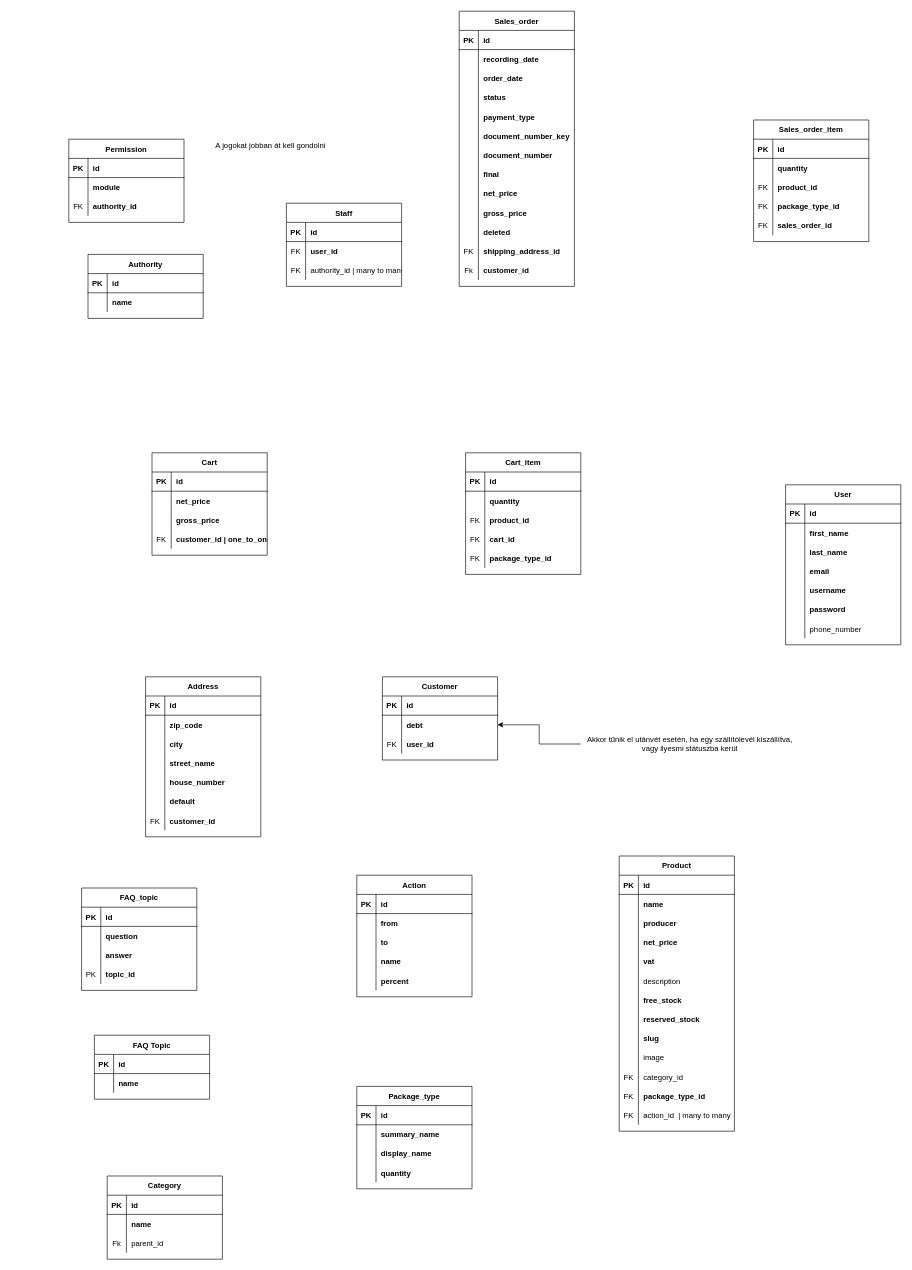
The draw.io diagram dokumentacio/egyed_kapcsolat_diagram.drawio in he-david/je78jy_szakdolgozat, before the edit. Source tidied: cells renumbered, new cells numbered last; positions are measured from the earlier drawing's top-left corner, leaving out a move shared by most shapes. Both pictures are drawn from the tidied source at 64%, with x=0, y=0 at pixel (68, 11).
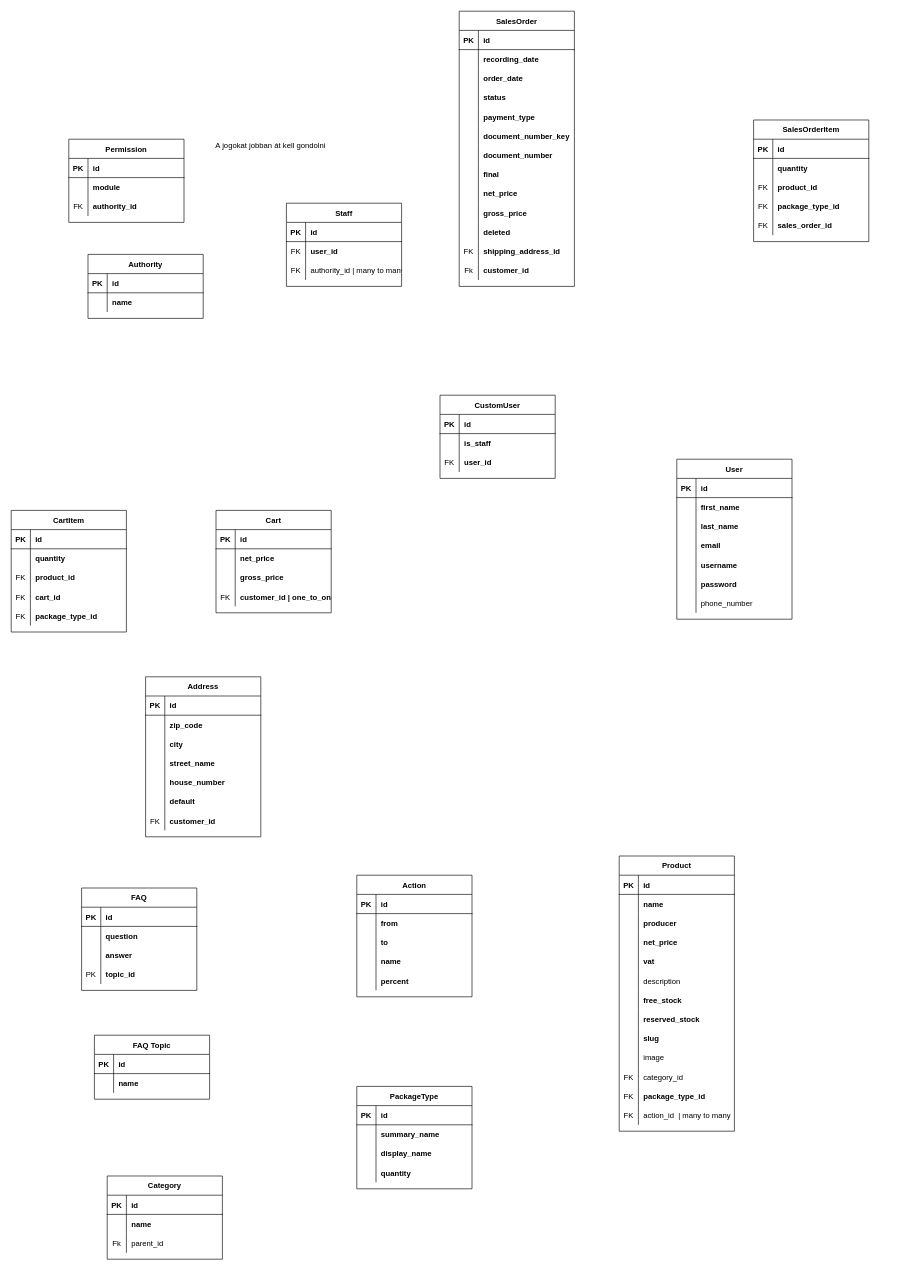
The same page after the edit.

The change refers to these unchanged cells:
```xml
<mxCell id="72" style="shape=tableRow;horizontal=0;startSize=0;swimlaneHead=0;swimlaneBody=0;fillColor=none;points=[[0,0.5],[1,0.5]];portConstraint=eastwest;top=0;left=0;right=0;bottom=0;strokeColor=default;strokeWidth=1;" parent="68" vertex="1">
  <mxGeometry y="60" width="180" height="30" as="geometry" />
</mxCell>
```

The edit, as a diff of the source:
```diff
@@
-    <mxCell id="68" value="Customer" style="shape=table;startSize=30;childLayout=tableLayout;rowLines=0;fontStyle=1;align=center;strokeColor=default;strokeWidth=1;fillColor=default;" parent="1" vertex="1">
-      <mxGeometry x="490" y="1040" width="180" height="130" as="geometry" />
+    <mxCell id="68" value="CustomUser" style="shape=table;startSize=30;childLayout=tableLayout;rowLines=0;fontStyle=1;align=center;strokeColor=default;strokeWidth=1;fillColor=default;" parent="1" vertex="1">
+      <mxGeometry x="580" y="600" width="180" height="130" as="geometry" />
     </mxCell>
@@
-    <mxCell id="74" value="debt" style="shape=partialRectangle;fillColor=none;top=0;left=0;bottom=0;right=0;align=left;spacingLeft=6;overflow=hidden;strokeColor=default;strokeWidth=1;fontStyle=1;" parent="72" vertex="1">
+    <mxCell id="74" value="is_staff" style="shape=partialRectangle;fillColor=none;top=0;left=0;bottom=0;right=0;align=left;spacingLeft=6;overflow=hidden;strokeColor=default;strokeWidth=1;fontStyle=1;" parent="72" vertex="1">
       <mxGeometry x="30" width="150" height="30" as="geometry" />
     </mxCell>
@@
     <mxCell id="100" value="User" style="shape=table;startSize=30;childLayout=tableLayout;rowLines=0;fontStyle=1;align=center;strokeColor=default;strokeWidth=1;fillColor=default;" parent="1" vertex="1">
-      <mxGeometry x="1120" y="740" width="180" height="250" as="geometry" />
+      <mxGeometry x="950" y="700" width="180" height="250" as="geometry" />
     </mxCell>
@@
-    <mxCell id="122" style="edgeStyle=orthogonalEdgeStyle;rounded=0;jettySize=auto;html=1;entryX=1;entryY=0.5;entryDx=0;entryDy=0;" parent="1" edge="1" source="123" target="72">
-      <mxGeometry relative="1" as="geometry" />
-    </mxCell>
-    <mxCell id="123" value="Akkor tűnik el utánvét esetén, ha egy szállítólevél kiszállítva,&lt;br&gt;vagy ilyesmi státuszba kerül" style="text;html=1;align=center;verticalAlign=middle;points=[];strokeColor=none;fillColor=none;" parent="1" vertex="1">
-      <mxGeometry x="800" y="1130" width="340" height="30" as="geometry" />
-    </mxCell>
@@
-    <mxCell id="141" value="Package_type" style="shape=table;startSize=30;childLayout=tableLayout;rowLines=0;fontStyle=1;align=center;strokeColor=default;strokeWidth=1;fillColor=default;" parent="1" vertex="1">
+    <mxCell id="141" value="PackageType" style="shape=table;startSize=30;childLayout=tableLayout;rowLines=0;fontStyle=1;align=center;strokeColor=default;strokeWidth=1;fillColor=default;" parent="1" vertex="1">
       <mxGeometry x="450" y="1680" width="180" height="160" as="geometry" />
     </mxCell>
@@
-    <mxCell id="172" value="FAQ_topic" style="shape=table;startSize=30;childLayout=tableLayout;rowLines=0;fontStyle=1;align=center;strokeColor=default;strokeWidth=1;fillColor=default;" parent="1" vertex="1">
+    <mxCell id="172" value="FAQ" style="shape=table;startSize=30;childLayout=tableLayout;rowLines=0;fontStyle=1;align=center;strokeColor=default;strokeWidth=1;fillColor=default;" parent="1" vertex="1">
       <mxGeometry x="20" y="1370" width="180" height="160" as="geometry" />
     </mxCell>
@@
-    <mxCell id="185" value="Sales_order" style="shape=table;startSize=30;childLayout=tableLayout;rowLines=0;fontStyle=1;align=center;strokeColor=default;strokeWidth=1;fillColor=default;" parent="1" vertex="1">
+    <mxCell id="185" value="SalesOrder" style="shape=table;startSize=30;childLayout=tableLayout;rowLines=0;fontStyle=1;align=center;strokeColor=default;strokeWidth=1;fillColor=default;" parent="1" vertex="1">
       <mxGeometry x="610" width="180" height="430" as="geometry" />
     </mxCell>
@@
-    <mxCell id="225" value="Sales_order_item" style="shape=table;startSize=30;childLayout=tableLayout;rowLines=0;fontStyle=1;align=center;strokeColor=default;strokeWidth=1;fillColor=default;" parent="1" vertex="1">
+    <mxCell id="225" value="SalesOrderItem" style="shape=table;startSize=30;childLayout=tableLayout;rowLines=0;fontStyle=1;align=center;strokeColor=default;strokeWidth=1;fillColor=default;" parent="1" vertex="1">
       <mxGeometry x="1070" y="170" width="180" height="190" as="geometry" />
     </mxCell>
@@
     <mxCell id="241" value="Cart" style="shape=table;startSize=30;childLayout=tableLayout;rowLines=0;fontStyle=1;align=center;strokeColor=default;strokeWidth=1;fillColor=default;" parent="1" vertex="1">
-      <mxGeometry x="130" y="690" width="180" height="160" as="geometry" />
+      <mxGeometry x="230" y="780" width="180" height="160" as="geometry" />
     </mxCell>
@@
-    <mxCell id="254" value="Cart_item" style="shape=table;startSize=30;childLayout=tableLayout;rowLines=0;fontStyle=1;align=center;strokeColor=default;strokeWidth=1;fillColor=default;" parent="1" vertex="1">
-      <mxGeometry x="620" y="690" width="180" height="190" as="geometry" />
+    <mxCell id="254" value="CartItem" style="shape=table;startSize=30;childLayout=tableLayout;rowLines=0;fontStyle=1;align=center;strokeColor=default;strokeWidth=1;fillColor=default;" parent="1" vertex="1">
+      <mxGeometry x="-90" y="780" width="180" height="190" as="geometry" />
     </mxCell>
```
